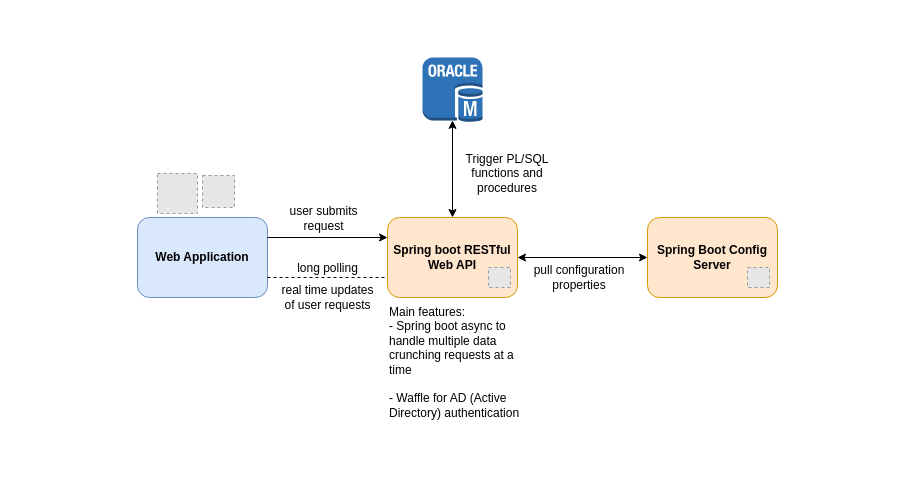
Before: images/geoink-service.drawio in nweat/nweat-old-portfolio, a draw.io diagram. Source tidied: cells renumbered, new cells numbered last; positions are measured from the earlier drawing's top-left corner, leaving out a move shared by most shapes. Both pictures are drawn from the tidied source at 100%, with x=0, y=0 at pixel (137, 57). Pictures stored in the file or linked from it are replaced by grey dashed boxes.
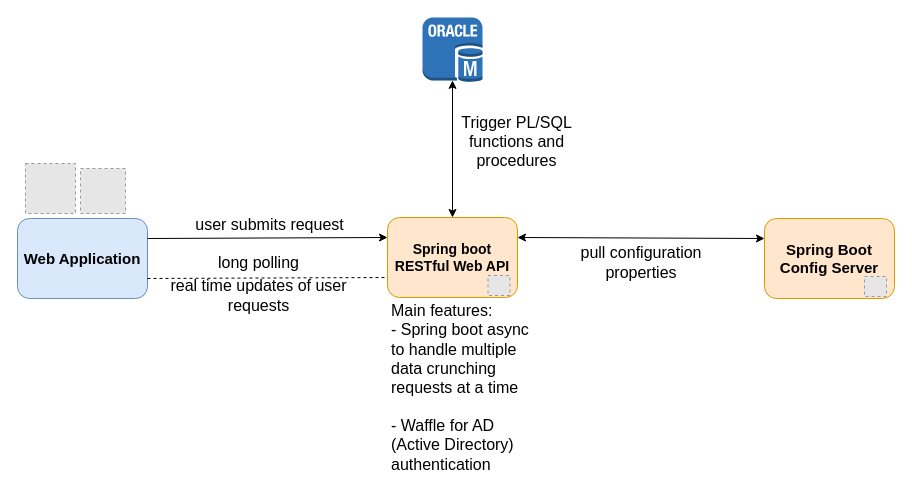
The same diagram, later.

Commit message (it also covers changes not shown here):
modify otp and geoink architecture diagrams

What changed in the source:
```diff
@@
     <mxCell id="2" style="outlineConnect=0;dashed=0;verticalLabelPosition=bottom;verticalAlign=top;align=center;html=1;shape=mxgraph.aws3.oracle_db_instance;fillColor=#2E73B8;gradientColor=none;" parent="1" vertex="1">
-      <mxGeometry x="285" width="60" height="64.5" as="geometry" />
+      <mxGeometry x="285" y="-40" width="60" height="64.5" as="geometry" />
     </mxCell>
-    <mxCell id="3" value="&lt;b&gt;Spring boot RESTful Web API&lt;/b&gt;" style="rounded=1;whiteSpace=wrap;html=1;fillColor=#ffe6cc;strokeColor=#d79b00;" parent="1" vertex="1">
-      <mxGeometry x="250" y="160" width="130" height="80" as="geometry" />
-    </mxCell>
-    <mxCell id="4" value="&lt;b&gt;Spring Boot Config Server&lt;/b&gt;" style="rounded=1;whiteSpace=wrap;html=1;fillColor=#ffe6cc;strokeColor=#d79b00;" parent="1" vertex="1">
-      <mxGeometry x="510" y="160" width="130" height="80" as="geometry" />
-    </mxCell>
@@
-    <mxCell id="6" style="endArrow=classic;startArrow=classic;html=1;entryX=1;entryY=0.5;entryDx=0;entryDy=0;exitX=0;exitY=0.5;exitDx=0;exitDy=0;" parent="1" edge="1" source="4" target="3">
+    <mxCell id="6" style="endArrow=classic;startArrow=classic;html=1;entryX=1;entryY=0.25;entryDx=0;entryDy=0;exitX=0;exitY=0.25;exitDx=0;exitDy=0;" parent="1" edge="1" source="4" target="3">
       <mxGeometry relative="1" as="geometry" />
     </mxCell>
     <mxCell id="7" style="group;" parent="1" vertex="1">
-      <mxGeometry y="160" width="130" height="120" as="geometry" />
+      <mxGeometry x="-80" y="161" width="130" height="120" as="geometry" />
     </mxCell>
-    <mxCell id="8" value="&lt;b&gt;Web Application&lt;/b&gt;" style="rounded=1;whiteSpace=wrap;html=1;fillColor=#dae8fc;strokeColor=#6c8ebf;" parent="7" vertex="1">
-      <mxGeometry width="130" height="80" as="geometry" />
+    <mxCell id="8" value="&lt;b&gt;&lt;font style=&quot;font-size: 15px&quot;&gt;Web Application&lt;/font&gt;&lt;/b&gt;" style="rounded=1;whiteSpace=wrap;html=1;fillColor=#dae8fc;strokeColor=#6c8ebf;" parent="7" vertex="1">
+      <mxGeometry x="-40" width="130" height="80" as="geometry" />
     </mxCell>
@@
-    <mxCell id="10" value="Trigger PL/SQL functions and procedures" style="text;html=1;strokeColor=none;fillColor=none;align=center;verticalAlign=middle;whiteSpace=wrap;rounded=0;" parent="1" vertex="1">
-      <mxGeometry x="315" y="90" width="110" height="52" as="geometry" />
+    <mxCell id="10" value="&lt;font style=&quot;font-size: 16px&quot;&gt;Trigger PL/SQL functions and procedures&lt;/font&gt;" style="text;html=1;strokeColor=none;fillColor=none;align=center;verticalAlign=middle;whiteSpace=wrap;rounded=0;" parent="1" vertex="1">
+      <mxGeometry x="322" y="58" width="115" height="52" as="geometry" />
     </mxCell>
-    <mxCell id="11" style="fillColor=#E6E6E6;strokeColor=#999999;dashed=1;verticalLabelPosition=bottom;labelBackgroundColor=#ffffff;verticalAlign=top;" parent="1" vertex="1">
-      <mxGeometry x="351" y="210" width="22" height="20" as="geometry" />
-    </mxCell>
-    <mxCell id="12" style="fillColor=#E6E6E6;strokeColor=#999999;dashed=1;verticalLabelPosition=bottom;labelBackgroundColor=#ffffff;verticalAlign=top;" parent="1" vertex="1">
-      <mxGeometry x="610" y="210" width="22" height="20" as="geometry" />
-    </mxCell>
     <mxCell id="13" style="fillColor=#E6E6E6;strokeColor=#999999;dashed=1;verticalLabelPosition=bottom;labelBackgroundColor=#ffffff;verticalAlign=top;" parent="1" vertex="1">
-      <mxGeometry x="20" y="116" width="40" height="40" as="geometry" />
+      <mxGeometry x="-112" y="106" width="50" height="50" as="geometry" />
     </mxCell>
-    <mxCell id="14" value="long polling" style="text;html=1;strokeColor=none;fillColor=none;align=center;verticalAlign=middle;whiteSpace=wrap;rounded=0;" parent="1" vertex="1">
-      <mxGeometry x="137.5" y="200" width="105" height="22" as="geometry" />
+    <mxCell id="14" value="&lt;font style=&quot;font-size: 16px&quot;&gt;long polling&lt;/font&gt;" style="text;html=1;strokeColor=none;fillColor=none;align=center;verticalAlign=middle;whiteSpace=wrap;rounded=0;" parent="1" vertex="1">
+      <mxGeometry x="69" y="194" width="105" height="22" as="geometry" />
     </mxCell>
-    <mxCell id="15" value="real time updates of user requests" style="text;html=1;strokeColor=none;fillColor=none;align=center;verticalAlign=middle;whiteSpace=wrap;rounded=0;" parent="1" vertex="1">
-      <mxGeometry x="137.5" y="229" width="105" height="22" as="geometry" />
+    <mxCell id="15" value="&lt;font style=&quot;font-size: 16px&quot;&gt;real time updates of user requests&lt;/font&gt;" style="text;html=1;strokeColor=none;fillColor=none;align=center;verticalAlign=middle;whiteSpace=wrap;rounded=0;" parent="1" vertex="1">
+      <mxGeometry x="22" y="227" width="199" height="22" as="geometry" />
     </mxCell>
-    <mxCell id="16" value="pull configuration properties" style="text;html=1;strokeColor=none;fillColor=none;align=center;verticalAlign=middle;whiteSpace=wrap;rounded=0;" parent="1" vertex="1">
-      <mxGeometry x="391.5" y="202" width="100" height="36" as="geometry" />
+    <mxCell id="16" value="&lt;font style=&quot;font-size: 16px&quot;&gt;pull configuration properties&lt;/font&gt;" style="text;html=1;strokeColor=none;fillColor=none;align=center;verticalAlign=middle;whiteSpace=wrap;rounded=0;" parent="1" vertex="1">
+      <mxGeometry x="408.5" y="187" width="190" height="36" as="geometry" />
     </mxCell>
@@
-    <mxCell id="18" value="user submits request" style="text;html=1;strokeColor=none;fillColor=none;align=center;verticalAlign=middle;whiteSpace=wrap;rounded=0;" parent="1" vertex="1">
-      <mxGeometry x="129.5" y="150" width="113" height="21" as="geometry" />
+    <mxCell id="18" value="&lt;font style=&quot;font-size: 16px&quot;&gt;user submits request&lt;/font&gt;" style="text;html=1;strokeColor=none;fillColor=none;align=center;verticalAlign=middle;whiteSpace=wrap;rounded=0;" parent="1" vertex="1">
+      <mxGeometry x="55.5" y="156" width="153" height="21" as="geometry" />
     </mxCell>
-    <mxCell id="19" value="Main features:&lt;br&gt;- Spring boot async to handle multiple data crunching requests at a time&lt;br&gt;&lt;br&gt;- Waffle for AD (Active Directory) authentication" style="text;html=1;strokeColor=none;fillColor=none;align=left;verticalAlign=middle;whiteSpace=wrap;rounded=0;" parent="1" vertex="1">
-      <mxGeometry x="250" y="250" width="140" height="110" as="geometry" />
+    <mxCell id="19" value="&lt;font style=&quot;font-size: 16px&quot;&gt;Main features:&lt;br&gt;- Spring boot async to handle multiple data crunching requests at a time&lt;br&gt;&lt;br&gt;- Waffle for AD (Active Directory) authentication&lt;/font&gt;" style="text;html=1;strokeColor=none;fillColor=none;align=left;verticalAlign=middle;whiteSpace=wrap;rounded=0;" parent="1" vertex="1">
+      <mxGeometry x="252" y="260" width="140" height="140" as="geometry" />
     </mxCell>
     <mxCell id="20" style="fillColor=#E6E6E6;strokeColor=#999999;dashed=1;verticalLabelPosition=bottom;labelBackgroundColor=#ffffff;verticalAlign=top;" parent="1" vertex="1">
-      <mxGeometry x="65" y="118" width="32" height="32" as="geometry" />
+      <mxGeometry x="-57" y="111" width="45" height="45" as="geometry" />
     </mxCell>
+    <mxCell id="21" style="group;" parent="1" vertex="1">
+      <mxGeometry x="627" y="161" width="130" height="80" as="geometry" />
+    </mxCell>
+    <mxCell id="4" value="&lt;b&gt;&lt;font style=&quot;font-size: 15px&quot;&gt;Spring Boot Config Server&lt;/font&gt;&lt;/b&gt;" style="rounded=1;whiteSpace=wrap;html=1;fillColor=#ffe6cc;strokeColor=#d79b00;" parent="21" vertex="1">
+      <mxGeometry width="130" height="80" as="geometry" />
+    </mxCell>
+    <mxCell id="12" style="fillColor=#E6E6E6;strokeColor=#999999;dashed=1;verticalLabelPosition=bottom;labelBackgroundColor=#ffffff;verticalAlign=top;" parent="21" vertex="1">
+      <mxGeometry x="100" y="58" width="22" height="20" as="geometry" />
+    </mxCell>
+    <mxCell id="22" style="group;" parent="1" vertex="1">
+      <mxGeometry x="250" y="160" width="130" height="80" as="geometry" />
+    </mxCell>
+    <mxCell id="3" value="&lt;b&gt;&lt;font style=&quot;font-size: 14px&quot;&gt;Spring boot RESTful Web API&lt;/font&gt;&lt;/b&gt;" style="rounded=1;whiteSpace=wrap;html=1;fillColor=#ffe6cc;strokeColor=#d79b00;" parent="22" vertex="1">
+      <mxGeometry width="130" height="80" as="geometry" />
+    </mxCell>
+    <mxCell id="11" style="fillColor=#E6E6E6;strokeColor=#999999;dashed=1;verticalLabelPosition=bottom;labelBackgroundColor=#ffffff;verticalAlign=top;" parent="22" vertex="1">
+      <mxGeometry x="100.5" y="58" width="22" height="20" as="geometry" />
+    </mxCell>
```
